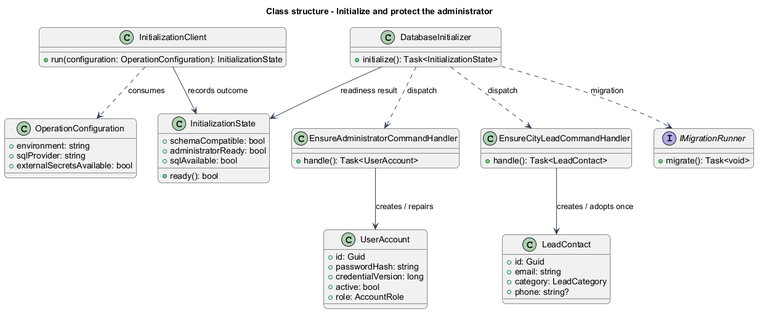
Before: docs/detailed-designs/identity/initialize-administrator/diagrams/class-structure.png, a diagram exported from PlantUML (QuinntyneBrown/mission-control). The source it was exported from:
```plantuml
@startuml
skinparam backgroundColor #FFFFFF
skinparam shadowing false
skinparam roundcorner 12
skinparam defaultFontName Arial
skinparam ArrowColor #344054
skinparam rectangle {
  BorderColor #344054
  FontColor #101828
}
skinparam package {
  BorderColor #667085
  FontColor #101828
  BackgroundColor #F9FAFB
}
title Class structure - Initialize and protect the administrator
class InitializationState {
  +schemaCompatible: bool
  +administratorReady: bool
  +sqlAvailable: bool
  +ready(): bool
}
class InitializationClient {
  +run(configuration: OperationConfiguration): InitializationState
}
class OperationConfiguration {
  +environment: string
  +sqlProvider: string
  +externalSecretsAvailable: bool
}
InitializationClient ..> OperationConfiguration : consumes
InitializationClient --> InitializationState : records outcome
class DatabaseInitializer {
  +initialize(): Task<InitializationState>
}
interface IMigrationRunner {
  +migrate(): Task<void>
}
class EnsureAdministratorCommandHandler {
  +handle(): Task<UserAccount>
}
class EnsureCityLeadCommandHandler {
  +handle(): Task<LeadContact>
}
class UserAccount {
  +id: Guid
  +passwordHash: string
  +credentialVersion: long
  +active: bool
  +role: AccountRole
}
class LeadContact {
  +id: Guid
  +email: string
  +category: LeadCategory
  +phone: string?
}
DatabaseInitializer ..> IMigrationRunner : migration
DatabaseInitializer ..> EnsureAdministratorCommandHandler : dispatch
DatabaseInitializer ..> EnsureCityLeadCommandHandler : dispatch
EnsureAdministratorCommandHandler --> UserAccount : creates / repairs
EnsureCityLeadCommandHandler --> LeadContact : creates / adopts once
DatabaseInitializer --> InitializationState : readiness result
@enduml
```
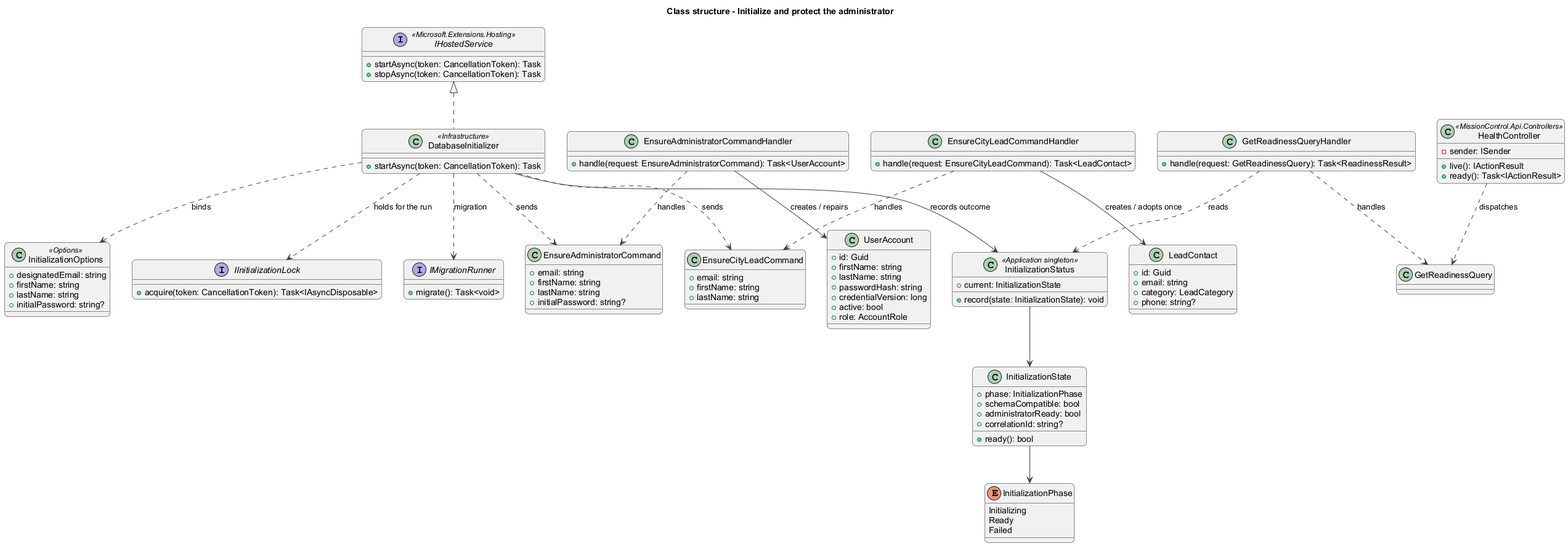
Above is the later version.

Change to the diagram source:
```diff
@@ -14,36 +14,71 @@
   BackgroundColor #F9FAFB
 }
 title Class structure - Initialize and protect the administrator
-class InitializationState {
-  +schemaCompatible: bool
-  +administratorReady: bool
-  +sqlAvailable: bool
-  +ready(): bool
+interface IHostedService <<Microsoft.Extensions.Hosting>> {
+  +startAsync(token: CancellationToken): Task
+  +stopAsync(token: CancellationToken): Task
 }
-class InitializationClient {
-  +run(configuration: OperationConfiguration): InitializationState
+class DatabaseInitializer <<Infrastructure>> {
+  +startAsync(token: CancellationToken): Task
 }
-class OperationConfiguration {
-  +environment: string
-  +sqlProvider: string
-  +externalSecretsAvailable: bool
+class InitializationOptions <<Options>> {
+  +designatedEmail: string
+  +firstName: string
+  +lastName: string
+  +initialPassword: string?
 }
-InitializationClient ..> OperationConfiguration : consumes
-InitializationClient --> InitializationState : records outcome
-class DatabaseInitializer {
-  +initialize(): Task<InitializationState>
+interface IInitializationLock {
+  +acquire(token: CancellationToken): Task<IAsyncDisposable>
 }
 interface IMigrationRunner {
   +migrate(): Task<void>
 }
+class EnsureAdministratorCommand {
+  +email: string
+  +firstName: string
+  +lastName: string
+  +initialPassword: string?
+}
 class EnsureAdministratorCommandHandler {
-  +handle(): Task<UserAccount>
+  +handle(request: EnsureAdministratorCommand): Task<UserAccount>
+}
+class EnsureCityLeadCommand {
+  +email: string
+  +firstName: string
+  +lastName: string
 }
 class EnsureCityLeadCommandHandler {
-  +handle(): Task<LeadContact>
+  +handle(request: EnsureCityLeadCommand): Task<LeadContact>
+}
+class InitializationState {
+  +phase: InitializationPhase
+  +schemaCompatible: bool
+  +administratorReady: bool
+  +correlationId: string?
+  +ready(): bool
+}
+enum InitializationPhase {
+  Initializing
+  Ready
+  Failed
+}
+class InitializationStatus <<Application singleton>> {
+  +current: InitializationState
+  +record(state: InitializationState): void
+}
+class HealthController <<MissionControl.Api.Controllers>> {
+  -sender: ISender
+  +live(): IActionResult
+  +ready(): Task<IActionResult>
+}
+class GetReadinessQuery
+class GetReadinessQueryHandler {
+  +handle(request: GetReadinessQuery): Task<ReadinessResult>
 }
 class UserAccount {
   +id: Guid
+  +firstName: string
+  +lastName: string
   +passwordHash: string
   +credentialVersion: long
   +active: bool
@@ -55,10 +90,20 @@
   +category: LeadCategory
   +phone: string?
 }
+IHostedService <|.. DatabaseInitializer
+DatabaseInitializer ..> InitializationOptions : binds
+DatabaseInitializer ..> IInitializationLock : holds for the run
 DatabaseInitializer ..> IMigrationRunner : migration
-DatabaseInitializer ..> EnsureAdministratorCommandHandler : dispatch
-DatabaseInitializer ..> EnsureCityLeadCommandHandler : dispatch
+DatabaseInitializer ..> EnsureAdministratorCommand : sends
+DatabaseInitializer ..> EnsureCityLeadCommand : sends
+DatabaseInitializer --> InitializationStatus : records outcome
+EnsureAdministratorCommandHandler ..> EnsureAdministratorCommand : handles
+EnsureCityLeadCommandHandler ..> EnsureCityLeadCommand : handles
 EnsureAdministratorCommandHandler --> UserAccount : creates / repairs
 EnsureCityLeadCommandHandler --> LeadContact : creates / adopts once
-DatabaseInitializer --> InitializationState : readiness result
+InitializationStatus --> InitializationState
+InitializationState --> InitializationPhase
+HealthController ..> GetReadinessQuery : dispatches
+GetReadinessQueryHandler ..> GetReadinessQuery : handles
+GetReadinessQueryHandler ..> InitializationStatus : reads
 @enduml
```
